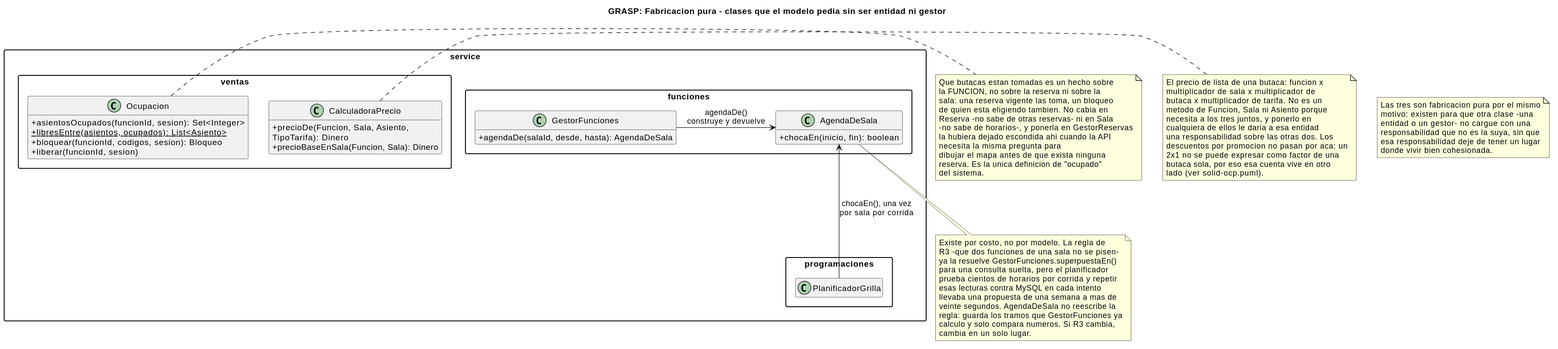
The PlantUML diagram _other/docs/diagramas/grasp-pure-fabrication.svg in andreiveisuade/cine-uade, before a commit.
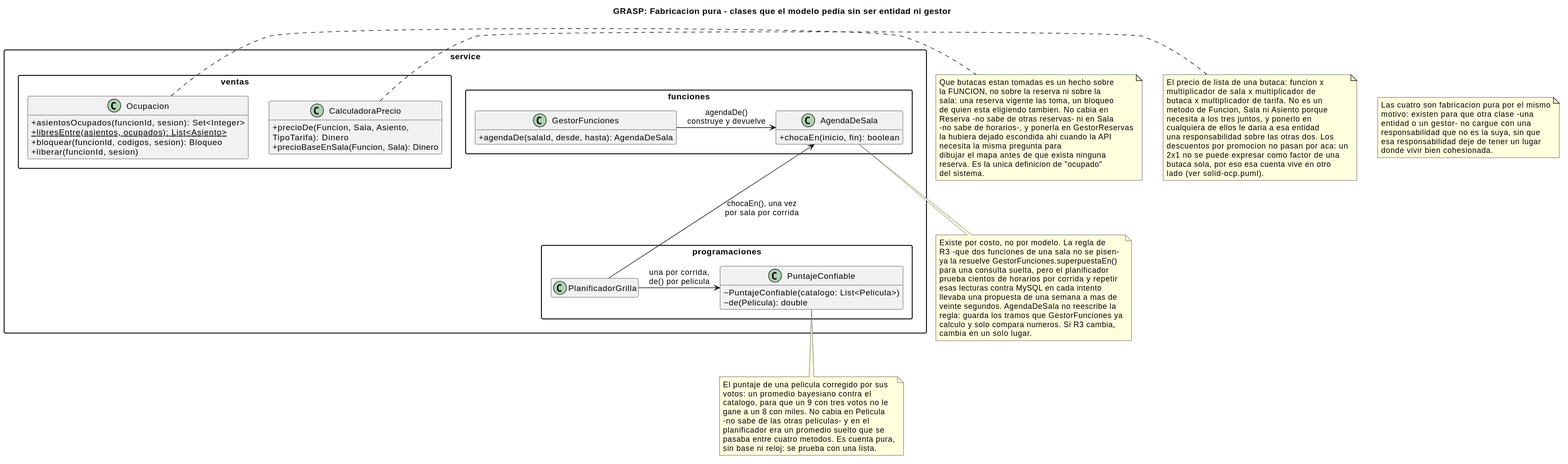
After the commit.

What changed in the source:
```diff
@@ -30,10 +30,15 @@
 
 package "service.programaciones" {
   class PlanificadorGrilla
+  class PuntajeConfiable {
+    ~PuntajeConfiable(catalogo: List<Pelicula>)
+    ~de(Pelicula): double
+  }
 }
 
 GestorFunciones -right-> AgendaDeSala : agendaDe()\nconstruye y devuelve
 PlanificadorGrilla -up-> AgendaDeSala : chocaEn(), una vez\npor sala por corrida
+PlanificadorGrilla -right-> PuntajeConfiable : una por corrida,\nde() por pelicula
 
 note right of Ocupacion
   Que butacas estan tomadas es un hecho sobre
@@ -77,8 +82,19 @@
   cambia en un solo lugar.
 end note
 
+note bottom of PuntajeConfiable
+  El puntaje de una pelicula corregido por sus
+  votos: un promedio bayesiano contra el
+  catalogo, para que un 9 con tres votos no le
+  gane a un 8 con miles. No cabia en Pelicula
+  -no sabe de las otras peliculas- y en el
+  planificador era un promedio suelto que se
+  pasaba entre cuatro metodos. Es cuenta pura,
+  sin base ni reloj: se prueba con una lista.
+end note
+
 note as N1
-  Las tres son fabricacion pura por el mismo
+  Las cuatro son fabricacion pura por el mismo
   motivo: existen para que otra clase -una
   entidad o un gestor- no cargue con una
   responsabilidad que no es la suya, sin que
```
